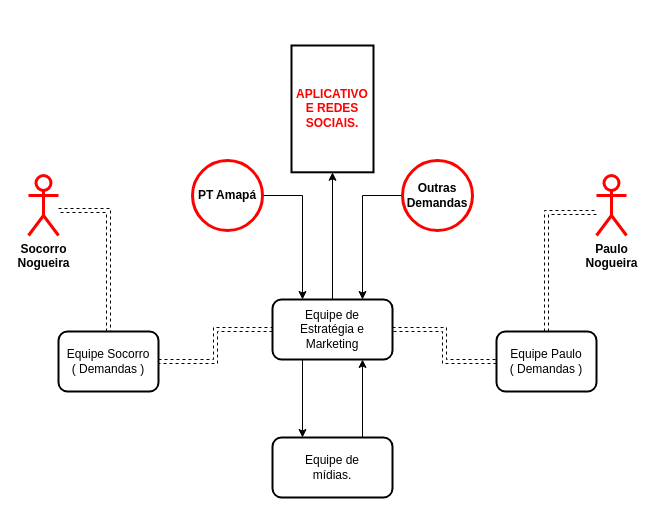
This is Diagrama sem nome.drawio from marcusgoms/aprendendo-python, a draw.io file, before an edit. Source tidied: cells renumbered, new cells numbered last; positions are measured from the earlier drawing's top-left corner, leaving out a move shared by most shapes. Both pictures are drawn from the tidied source at 100%, with x=0, y=0 at pixel (28, 45).
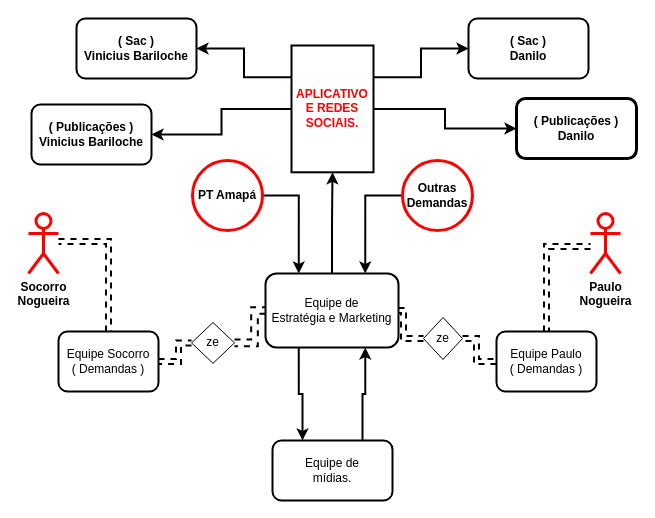
The same diagram, later.

The change refers to these unchanged cells:
```xml
<mxCell id="10" value="Equipe Paulo&lt;br&gt;( Demandas )" style="rounded=1;whiteSpace=wrap;html=1;strokeWidth=2;" parent="1" vertex="1">
  <mxGeometry x="468" y="286" width="100" height="60" as="geometry" />
</mxCell>
<mxCell id="12" value="Equipe Socorro&lt;br&gt;( Demandas )" style="rounded=1;whiteSpace=wrap;html=1;strokeWidth=2;" parent="1" vertex="1">
  <mxGeometry x="30" y="286" width="100" height="60" as="geometry" />
</mxCell>
<mxCell id="13" value="&lt;b&gt;&lt;font color=&quot;#ff0000&quot;&gt;APLICATIVO E REDES SOCIAIS.&lt;/font&gt;&lt;/b&gt;" style="rounded=0;whiteSpace=wrap;html=1;strokeWidth=2;strokeColor=#000000;" parent="1" vertex="1">
  <mxGeometry x="263" width="82" height="126.8" as="geometry" />
</mxCell>
<mxCell id="17" value="PT Amapá" style="ellipse;whiteSpace=wrap;html=1;strokeWidth=3;fillColor=none;strokeColor=#ff0000;fontStyle=1;" parent="1" vertex="1">
  <mxGeometry x="164" y="115" width="70" height="70" as="geometry" />
</mxCell>
<mxCell id="19" value="Outras Demandas" style="ellipse;whiteSpace=wrap;html=1;strokeWidth=3;fillColor=none;strokeColor=#ff0000;fontStyle=1;" parent="1" vertex="1">
  <mxGeometry x="374" y="115" width="70" height="70" as="geometry" />
</mxCell>
```

The edit, as a diff of the source:
```diff
@@
-    <mxCell id="2" style="edgeStyle=orthogonalEdgeStyle;rounded=0;jettySize=auto;html=1;entryX=0.5;entryY=0;entryDx=0;entryDy=0;strokeWidth=1;dashed=1;shape=link;" parent="1" edge="1" source="3" target="12">
+    <mxCell id="2" style="edgeStyle=orthogonalEdgeStyle;rounded=0;jettySize=auto;html=1;entryX=0.5;entryY=0;entryDx=0;entryDy=0;strokeWidth=2;dashed=1;shape=link;" parent="1" edge="1" source="3" target="12">
       <mxGeometry relative="1" as="geometry">
         <Array as="points">
-          <mxPoint x="80" y="165" />
+          <mxPoint x="80" y="196" />
         </Array>
       </mxGeometry>
     </mxCell>
     <mxCell id="3" value="&lt;b&gt;Socorro&lt;br&gt;Nogueira&lt;/b&gt;" style="shape=umlActor;verticalLabelPosition=bottom;verticalAlign=top;html=1;outlineConnect=0;strokeWidth=3;fillColor=none;strokeColor=#ff0000;" parent="1" vertex="1">
-      <mxGeometry y="130" width="30" height="60" as="geometry" />
+      <mxGeometry y="168" width="30" height="60" as="geometry" />
     </mxCell>
-    <mxCell id="4" style="edgeStyle=orthogonalEdgeStyle;rounded=0;jettySize=auto;html=1;dashed=1;strokeWidth=1;shape=link;" parent="1" edge="1" source="5" target="10">
+    <mxCell id="4" style="edgeStyle=orthogonalEdgeStyle;rounded=0;jettySize=auto;html=1;dashed=1;strokeWidth=2;shape=link;" parent="1" edge="1" source="5" target="10">
       <mxGeometry relative="1" as="geometry">
         <Array as="points">
-          <mxPoint x="518" y="167" />
+          <mxPoint x="583" y="201" />
+          <mxPoint x="518" y="201" />
         </Array>
       </mxGeometry>
     </mxCell>
     <mxCell id="5" value="&lt;b&gt;Paulo&lt;br&gt;Nogueira&lt;/b&gt;" style="shape=umlActor;verticalLabelPosition=bottom;verticalAlign=top;html=1;outlineConnect=0;strokeWidth=3;fillColor=none;strokeColor=#ff0000;" parent="1" vertex="1">
-      <mxGeometry x="568" y="130" width="30" height="60" as="geometry" />
+      <mxGeometry x="562" y="168" width="30" height="60" as="geometry" />
     </mxCell>
-    <mxCell id="6" style="edgeStyle=orthogonalEdgeStyle;rounded=0;jettySize=auto;html=1;entryX=0.5;entryY=1;entryDx=0;entryDy=0;" parent="1" edge="1" source="8" target="13">
+    <mxCell id="6" style="edgeStyle=orthogonalEdgeStyle;rounded=0;jettySize=auto;html=1;entryX=0.5;entryY=1;entryDx=0;entryDy=0;strokeWidth=2;" parent="1" edge="1" source="8" target="13">
       <mxGeometry relative="1" as="geometry" />
     </mxCell>
-    <mxCell id="7" style="edgeStyle=orthogonalEdgeStyle;rounded=0;jettySize=auto;html=1;exitX=0.25;exitY=1;exitDx=0;exitDy=0;entryX=0.25;entryY=0;entryDx=0;entryDy=0;" parent="1" edge="1" source="8" target="15">
+    <mxCell id="7" style="edgeStyle=orthogonalEdgeStyle;rounded=0;jettySize=auto;html=1;exitX=0.25;exitY=1;exitDx=0;exitDy=0;entryX=0.25;entryY=0;entryDx=0;entryDy=0;strokeWidth=2;" parent="1" edge="1" source="8" target="15">
       <mxGeometry relative="1" as="geometry" />
     </mxCell>
     <mxCell id="8" value="Equipe de &lt;br&gt;Estratégia e Marketing" style="rounded=1;whiteSpace=wrap;html=1;strokeWidth=2;" parent="1" vertex="1">
-      <mxGeometry x="244" y="254" width="120" height="60" as="geometry" />
+      <mxGeometry x="237" y="228" width="133" height="74" as="geometry" />
     </mxCell>
-    <mxCell id="9" style="edgeStyle=orthogonalEdgeStyle;rounded=0;jettySize=auto;html=1;entryX=1;entryY=0.5;entryDx=0;entryDy=0;dashed=1;shape=link;" parent="1" edge="1" source="10" target="8">
+    <mxCell id="9" style="edgeStyle=orthogonalEdgeStyle;rounded=0;jettySize=auto;html=1;entryX=1;entryY=0.5;entryDx=0;entryDy=0;dashed=1;shape=link;strokeWidth=2;" parent="1" edge="1" source="29" target="8">
       <mxGeometry relative="1" as="geometry" />
     </mxCell>
@@
-    <mxCell id="11" style="edgeStyle=orthogonalEdgeStyle;rounded=0;jettySize=auto;html=1;entryX=0;entryY=0.5;entryDx=0;entryDy=0;dashed=1;shape=link;" parent="1" edge="1" source="12" target="8">
+    <mxCell id="11" style="edgeStyle=orthogonalEdgeStyle;rounded=0;jettySize=auto;html=1;entryX=0;entryY=0.5;entryDx=0;entryDy=0;dashed=1;shape=link;strokeWidth=2;width=5.65217391304348;" parent="1" edge="1" source="31" target="8">
       <mxGeometry relative="1" as="geometry" />
     </mxCell>
@@
+    <mxCell id="20" style="edgeStyle=orthogonalEdgeStyle;rounded=0;jettySize=auto;html=1;strokeWidth=2;" parent="1" edge="1" source="13" target="24">
+      <mxGeometry relative="1" as="geometry" />
+    </mxCell>
+    <mxCell id="21" style="edgeStyle=orthogonalEdgeStyle;rounded=0;jettySize=auto;html=1;strokeWidth=2;" parent="1" edge="1" source="13" target="25">
+      <mxGeometry relative="1" as="geometry" />
+    </mxCell>
+    <mxCell id="22" style="edgeStyle=orthogonalEdgeStyle;rounded=0;jettySize=auto;html=1;exitX=0;exitY=0.25;exitDx=0;exitDy=0;strokeWidth=2;" parent="1" edge="1" source="13" target="27">
+      <mxGeometry relative="1" as="geometry" />
+    </mxCell>
+    <mxCell id="23" style="edgeStyle=orthogonalEdgeStyle;rounded=0;jettySize=auto;html=1;exitX=1;exitY=0.25;exitDx=0;exitDy=0;strokeWidth=2;" parent="1" edge="1" source="13" target="26">
+      <mxGeometry relative="1" as="geometry" />
+    </mxCell>
@@
-    <mxCell id="14" style="edgeStyle=orthogonalEdgeStyle;rounded=0;jettySize=auto;html=1;exitX=0.75;exitY=0;exitDx=0;exitDy=0;entryX=0.75;entryY=1;entryDx=0;entryDy=0;" parent="1" edge="1" source="15" target="8">
+    <mxCell id="14" style="edgeStyle=orthogonalEdgeStyle;rounded=0;jettySize=auto;html=1;exitX=0.75;exitY=0;exitDx=0;exitDy=0;entryX=0.75;entryY=1;entryDx=0;entryDy=0;strokeWidth=2;" parent="1" edge="1" source="15" target="8">
       <mxGeometry relative="1" as="geometry" />
     </mxCell>
     <mxCell id="15" value="Equipe de&lt;br&gt;mídias." style="rounded=1;whiteSpace=wrap;html=1;strokeWidth=2;" parent="1" vertex="1">
-      <mxGeometry x="244" y="392" width="120" height="60" as="geometry" />
+      <mxGeometry x="244" y="395" width="120" height="60" as="geometry" />
     </mxCell>
-    <mxCell id="16" style="edgeStyle=orthogonalEdgeStyle;rounded=0;jettySize=auto;html=1;entryX=0.25;entryY=0;entryDx=0;entryDy=0;" parent="1" edge="1" source="17" target="8">
+    <mxCell id="16" style="edgeStyle=orthogonalEdgeStyle;rounded=0;jettySize=auto;html=1;entryX=0.25;entryY=0;entryDx=0;entryDy=0;strokeWidth=2;" parent="1" edge="1" source="17" target="8">
       <mxGeometry relative="1" as="geometry" />
     </mxCell>
@@
-    <mxCell id="18" style="edgeStyle=orthogonalEdgeStyle;rounded=0;jettySize=auto;html=1;entryX=0.75;entryY=0;entryDx=0;entryDy=0;" parent="1" edge="1" source="19" target="8">
+    <mxCell id="18" style="edgeStyle=orthogonalEdgeStyle;rounded=0;jettySize=auto;html=1;entryX=0.75;entryY=0;entryDx=0;entryDy=0;strokeWidth=2;" parent="1" edge="1" source="19" target="8">
       <mxGeometry relative="1" as="geometry" />
     </mxCell>
@@
+    <mxCell id="24" value="&lt;b&gt;( Publicações )&lt;br&gt;Danilo&lt;/b&gt;" style="rounded=1;whiteSpace=wrap;html=1;strokeWidth=3;" parent="1" vertex="1">
+      <mxGeometry x="488" y="53" width="120" height="60" as="geometry" />
+    </mxCell>
+    <mxCell id="25" value="&lt;b&gt;( Publicações )&lt;br&gt;Vinicius Bariloche&lt;/b&gt;" style="rounded=1;whiteSpace=wrap;html=1;strokeWidth=2;" parent="1" vertex="1">
+      <mxGeometry x="3" y="59" width="120" height="60" as="geometry" />
+    </mxCell>
+    <mxCell id="26" value="&lt;b&gt;( Sac )&lt;br&gt;Danilo&lt;/b&gt;" style="rounded=1;whiteSpace=wrap;html=1;strokeWidth=2;" parent="1" vertex="1">
+      <mxGeometry x="440" y="-27" width="120" height="60" as="geometry" />
+    </mxCell>
+    <mxCell id="27" value="&lt;b&gt;( Sac )&lt;br&gt;Vinicius Bariloche&lt;/b&gt;" style="rounded=1;whiteSpace=wrap;html=1;strokeWidth=2;" parent="1" vertex="1">
+      <mxGeometry x="48" y="-27" width="120" height="60" as="geometry" />
+    </mxCell>
+    <mxCell id="28" style="edgeStyle=orthogonalEdgeStyle;rounded=0;jettySize=auto;html=1;entryX=1;entryY=0.5;entryDx=0;entryDy=0;dashed=1;shape=link;strokeWidth=2;" parent="1" edge="1" source="10" target="29">
+      <mxGeometry relative="1" as="geometry" />
+    </mxCell>
+    <mxCell id="29" value="ze" style="rhombus;whiteSpace=wrap;html=1;" parent="1" vertex="1">
+      <mxGeometry x="395" y="272" width="39" height="42" as="geometry" />
+    </mxCell>
+    <mxCell id="30" style="edgeStyle=orthogonalEdgeStyle;rounded=0;jettySize=auto;html=1;entryX=0;entryY=0.5;entryDx=0;entryDy=0;dashed=1;shape=link;strokeWidth=2;" parent="1" edge="1" source="12" target="31">
+      <mxGeometry relative="1" as="geometry" />
+    </mxCell>
+    <mxCell id="31" value="ze" style="rhombus;whiteSpace=wrap;html=1;" parent="1" vertex="1">
+      <mxGeometry x="163" y="277" width="43" height="40.8" as="geometry" />
+    </mxCell>
```
